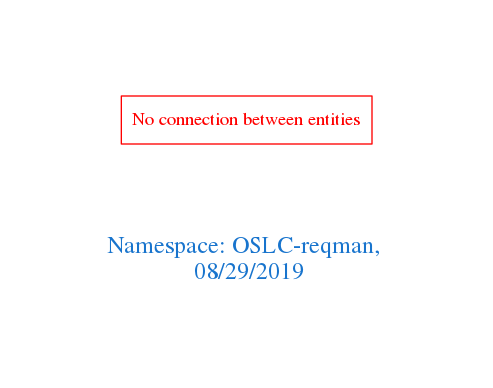
Before: downloads/OSLC-reqman.png, a diagram exported from Graphviz (arago/OGIT). Its source is kept beside it as downloads/OSLC-reqman.dot.
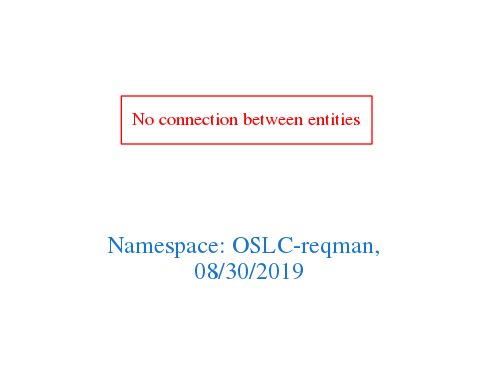
After the change.

Diff of the diagram source:
```diff
@@ -1,7 +1,7 @@
 digraph OGIT_ontology {
  graph [ rankdir= LR,pad=1
 fontsize = 18,
-fontcolor= dodgerblue3,label = "\n\n\nNamespace: OSLC-reqman, \n 08/29/2019"];
+fontcolor= dodgerblue3,label = "\n\n\nNamespace: OSLC-reqman, \n 08/30/2019"];
 node[shape=polygon];
 edge [  color="gray81"];
 
```
